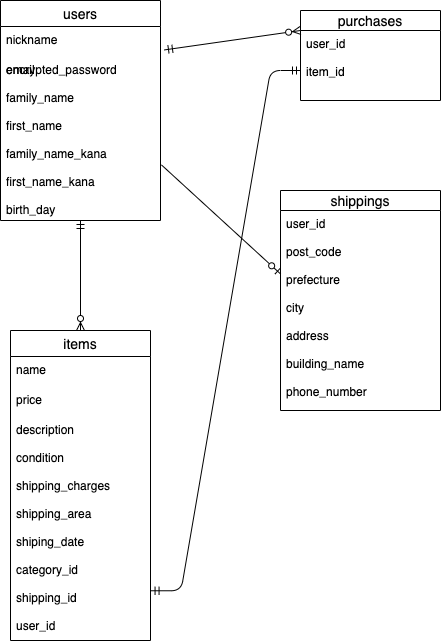
This is test..drawio.png from hirokuni-k/furima-33964, a draw.io export, as it was before one commit. Source tidied: cells renumbered, new cells last; positions are measured from the earlier drawing's top-left corner, leaving out a move shared by most shapes. The source it was exported from:
```xml
<mxGraphModel>
  <root>
    <mxCell id="0" />
    <mxCell id="1" parent="0" />
    <mxCell id="2" value="purchases" style="swimlane;fontStyle=0;horizontal=1;startSize=20;align=center;fontSize=14;" parent="1" vertex="1">
      <mxGeometry x="300" y="10" width="140" height="90" as="geometry" />
    </mxCell>
    <mxCell id="3" value="items" style="swimlane;fontStyle=0;horizontal=1;startSize=26;align=center;fontSize=14;" parent="1" vertex="1">
      <mxGeometry x="10" y="330" width="140" height="310" as="geometry" />
    </mxCell>
    <mxCell id="4" value="name&#10;" style="text;strokeColor=none;fillColor=none;spacingLeft=4;spacingRight=4;overflow=hidden;fontSize=12;" parent="3" vertex="1">
      <mxGeometry y="26" width="140" height="30" as="geometry" />
    </mxCell>
    <mxCell id="5" value="price" style="text;strokeColor=none;fillColor=none;spacingLeft=4;spacingRight=4;overflow=hidden;fontSize=12;" parent="3" vertex="1">
      <mxGeometry y="56" width="140" height="30" as="geometry" />
    </mxCell>
    <mxCell id="6" value="description&#10;&#10;condition&#10;&#10;shipping_charges&#10;&#10;shipping_area&#10;&#10;shiping_date&#10;&#10;category_id&#10;&#10;shipping_id&#10;&#10;user_id" style="text;strokeColor=none;fillColor=none;spacingLeft=4;spacingRight=4;overflow=hidden;points=[[0,0.5],[1,0.5]];portConstraint=eastwest;fontSize=12;" parent="3" vertex="1">
      <mxGeometry y="86" width="140" height="224" as="geometry" />
    </mxCell>
    <mxCell id="7" value="users" style="swimlane;fontStyle=0;horizontal=1;startSize=26;align=center;fontSize=14;" parent="1" vertex="1">
      <mxGeometry width="160" height="220" as="geometry" />
    </mxCell>
    <mxCell id="8" value="nickname&#10;" style="text;strokeColor=none;fillColor=none;spacingLeft=4;spacingRight=4;overflow=hidden;points=[[0,0.5],[1,0.5]];portConstraint=eastwest;fontSize=12;" parent="7" vertex="1">
      <mxGeometry y="26" width="160" height="30" as="geometry" />
    </mxCell>
    <mxCell id="9" value="encrypted_password&#10;&#10;family_name&#10;&#10;first_name&#10;&#10;family_name_kana&#10;&#10;first_name_kana&#10;&#10;birth_day" style="text;strokeColor=none;fillColor=none;spacingLeft=4;spacingRight=4;overflow=hidden;points=[[0,0.5],[1,0.5]];portConstraint=eastwest;fontSize=12;" parent="7" vertex="1">
      <mxGeometry y="56" width="160" height="164" as="geometry" />
    </mxCell>
    <mxCell id="10" value="shippings" style="swimlane;fontStyle=0;horizontal=1;startSize=20;align=center;fontSize=14;" parent="1" vertex="1">
      <mxGeometry x="280" y="190" width="160" height="220" as="geometry" />
    </mxCell>
    <mxCell id="11" value="user_id&#10;&#10;post_code&#10;&#10;prefecture&#10;&#10;city&#10;&#10;address&#10;&#10;building_name&#10;&#10;phone_number" style="text;strokeColor=none;fillColor=none;spacingLeft=4;spacingRight=4;overflow=hidden;points=[[0,0.5],[1,0.5]];portConstraint=eastwest;fontSize=12;" parent="10" vertex="1">
      <mxGeometry y="20" width="160" height="200" as="geometry" />
    </mxCell>
    <mxCell id="12" value="user_id&#10;&#10;item_id&#10;" style="text;strokeColor=none;fillColor=none;spacingLeft=4;spacingRight=4;overflow=hidden;points=[[0,0.5],[1,0.5]];portConstraint=eastwest;fontSize=12;" parent="1" vertex="1">
      <mxGeometry x="300" y="30" width="140" height="80" as="geometry" />
    </mxCell>
    <mxCell id="13" value="email" style="text;strokeColor=none;fillColor=none;spacingLeft=4;spacingRight=4;overflow=hidden;fontSize=12;" parent="1" vertex="1">
      <mxGeometry y="56" width="160" height="30" as="geometry" />
    </mxCell>
    <mxCell id="14" style="fontSize=12;html=1;endArrow=ERzeroToMany;startArrow=ERmandOne;exitX=1.025;exitY=0.78;exitDx=0;exitDy=0;exitPerimeter=0;" parent="1" edge="1" source="8">
      <mxGeometry relative="1" as="geometry">
        <mxPoint x="300" y="30" as="targetPoint" />
      </mxGeometry>
    </mxCell>
    <mxCell id="15" style="fontSize=12;html=1;endArrow=ERzeroToMany;startArrow=ERmandOne;entryX=0.5;entryY=0;entryDx=0;entryDy=0;" parent="1" edge="1" source="9" target="3">
      <mxGeometry relative="1" as="geometry" />
    </mxCell>
    <mxCell id="16" style="fontSize=12;html=1;endArrow=ERzeroToOne;endFill=1;exitX=1.006;exitY=0.661;exitDx=0;exitDy=0;exitPerimeter=0;entryX=0;entryY=0.317;entryDx=0;entryDy=0;entryPerimeter=0;" parent="1" edge="1" source="9" target="11">
      <mxGeometry relative="1" as="geometry" />
    </mxCell>
    <mxCell id="17" style="edgeStyle=entityRelationEdgeStyle;fontSize=12;html=1;endArrow=ERmandOne;startArrow=ERmandOne;exitX=1.004;exitY=0.778;exitDx=0;exitDy=0;exitPerimeter=0;" parent="1" edge="1" source="6" target="12">
      <mxGeometry relative="1" as="geometry" />
    </mxCell>
  </root>
</mxGraphModel>
```
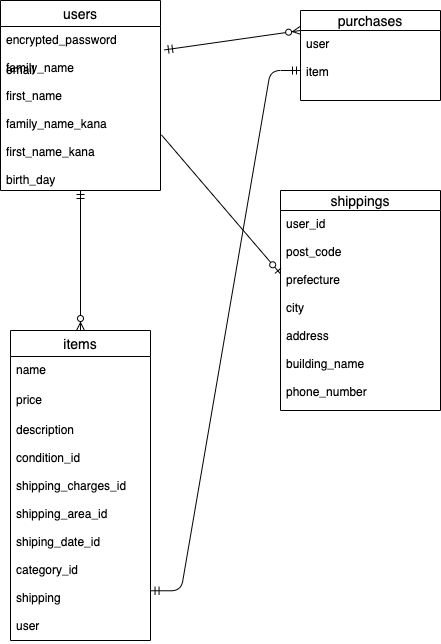
After the commit.

Diff of the diagram source:
```diff
@@ -14,17 +14,14 @@
     <mxCell id="5" value="price" style="text;strokeColor=none;fillColor=none;spacingLeft=4;spacingRight=4;overflow=hidden;fontSize=12;" parent="3" vertex="1">
       <mxGeometry y="56" width="140" height="30" as="geometry" />
     </mxCell>
-    <mxCell id="6" value="description&#10;&#10;condition&#10;&#10;shipping_charges&#10;&#10;shipping_area&#10;&#10;shiping_date&#10;&#10;category_id&#10;&#10;shipping_id&#10;&#10;user_id" style="text;strokeColor=none;fillColor=none;spacingLeft=4;spacingRight=4;overflow=hidden;points=[[0,0.5],[1,0.5]];portConstraint=eastwest;fontSize=12;" parent="3" vertex="1">
+    <mxCell id="6" value="description&#10;&#10;condition_id&#10;&#10;shipping_charges_id&#10;&#10;shipping_area_id&#10;&#10;shiping_date_id&#10;&#10;category_id&#10;&#10;shipping&#10;&#10;user" style="text;strokeColor=none;fillColor=none;spacingLeft=4;spacingRight=4;overflow=hidden;points=[[0,0.5],[1,0.5]];portConstraint=eastwest;fontSize=12;" parent="3" vertex="1">
       <mxGeometry y="86" width="140" height="224" as="geometry" />
     </mxCell>
     <mxCell id="7" value="users" style="swimlane;fontStyle=0;horizontal=1;startSize=26;align=center;fontSize=14;" parent="1" vertex="1">
-      <mxGeometry width="160" height="220" as="geometry" />
+      <mxGeometry width="160" height="190" as="geometry" />
     </mxCell>
-    <mxCell id="8" value="nickname&#10;" style="text;strokeColor=none;fillColor=none;spacingLeft=4;spacingRight=4;overflow=hidden;points=[[0,0.5],[1,0.5]];portConstraint=eastwest;fontSize=12;" parent="7" vertex="1">
-      <mxGeometry y="26" width="160" height="30" as="geometry" />
-    </mxCell>
     <mxCell id="9" value="encrypted_password&#10;&#10;family_name&#10;&#10;first_name&#10;&#10;family_name_kana&#10;&#10;first_name_kana&#10;&#10;birth_day" style="text;strokeColor=none;fillColor=none;spacingLeft=4;spacingRight=4;overflow=hidden;points=[[0,0.5],[1,0.5]];portConstraint=eastwest;fontSize=12;" parent="7" vertex="1">
-      <mxGeometry y="56" width="160" height="164" as="geometry" />
+      <mxGeometry y="26" width="160" height="164" as="geometry" />
     </mxCell>
     <mxCell id="10" value="shippings" style="swimlane;fontStyle=0;horizontal=1;startSize=20;align=center;fontSize=14;" parent="1" vertex="1">
       <mxGeometry x="280" y="190" width="160" height="220" as="geometry" />
@@ -32,14 +29,15 @@
     <mxCell id="11" value="user_id&#10;&#10;post_code&#10;&#10;prefecture&#10;&#10;city&#10;&#10;address&#10;&#10;building_name&#10;&#10;phone_number" style="text;strokeColor=none;fillColor=none;spacingLeft=4;spacingRight=4;overflow=hidden;points=[[0,0.5],[1,0.5]];portConstraint=eastwest;fontSize=12;" parent="10" vertex="1">
       <mxGeometry y="20" width="160" height="200" as="geometry" />
     </mxCell>
-    <mxCell id="12" value="user_id&#10;&#10;item_id&#10;" style="text;strokeColor=none;fillColor=none;spacingLeft=4;spacingRight=4;overflow=hidden;points=[[0,0.5],[1,0.5]];portConstraint=eastwest;fontSize=12;" parent="1" vertex="1">
+    <mxCell id="12" value="user&#10;&#10;item&#10;" style="text;strokeColor=none;fillColor=none;spacingLeft=4;spacingRight=4;overflow=hidden;points=[[0,0.5],[1,0.5]];portConstraint=eastwest;fontSize=12;" parent="1" vertex="1">
       <mxGeometry x="300" y="30" width="140" height="80" as="geometry" />
     </mxCell>
     <mxCell id="13" value="email" style="text;strokeColor=none;fillColor=none;spacingLeft=4;spacingRight=4;overflow=hidden;fontSize=12;" parent="1" vertex="1">
       <mxGeometry y="56" width="160" height="30" as="geometry" />
     </mxCell>
-    <mxCell id="14" style="fontSize=12;html=1;endArrow=ERzeroToMany;startArrow=ERmandOne;exitX=1.025;exitY=0.78;exitDx=0;exitDy=0;exitPerimeter=0;" parent="1" edge="1" source="8">
+    <mxCell id="14" style="fontSize=12;html=1;endArrow=ERzeroToMany;startArrow=ERmandOne;exitX=1.025;exitY=0.78;exitDx=0;exitDy=0;exitPerimeter=0;" parent="1" edge="1">
       <mxGeometry relative="1" as="geometry">
+        <mxPoint x="164" y="49.4" as="sourcePoint" />
         <mxPoint x="300" y="30" as="targetPoint" />
       </mxGeometry>
     </mxCell>
```
